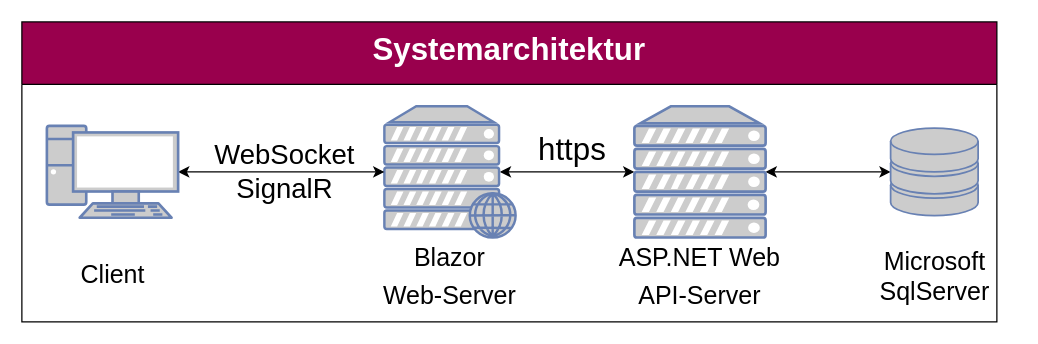
Before: page "3-Tier" (4 of 8) of Parlivote.Shared/Documentation/Untitled Diagram.drawio in schnickalodeon/Parlivote, a draw.io diagram. Source tidied: cells renumbered, new cells numbered last; positions are measured from the earlier drawing's top-left corner, leaving out a move shared by most shapes. Both pictures are drawn from the tidied source at 125%, with x=0, y=0 at pixel (21, 21).
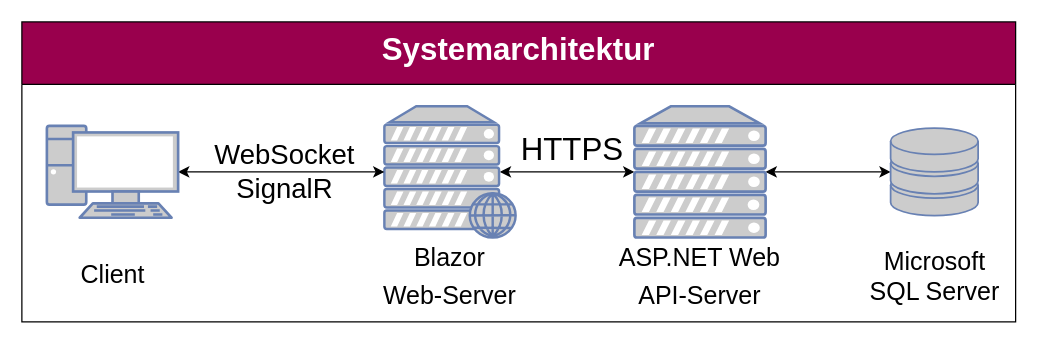
The same page after the edit.

Change to the diagram source:
```diff
@@
 <mxGraphModel>
   <root>
     <mxCell id="0" />
     <mxCell id="1" parent="0" />
     <mxCell id="2" value="Systemarchitektur&#10;" style="swimlane;fontSize=25;fontColor=#FFFFFF;strokeColor=#000000;strokeWidth=1;fillColor=#99004D;startSize=50;verticalAlign=top;" parent="1" vertex="1">
-      <mxGeometry width="780" height="240" as="geometry" />
+      <mxGeometry width="795" height="240" as="geometry" />
     </mxCell>
     <mxCell id="3" style="edgeStyle=orthogonalEdgeStyle;rounded=0;jettySize=auto;html=1;entryX=0;entryY=0.5;entryDx=0;entryDy=0;entryPerimeter=0;fontSize=25;fontColor=#990099;startArrow=classic;startFill=1;strokeColor=#000000;strokeWidth=1;exitX=0.88;exitY=0.5;exitDx=0;exitDy=0;exitPerimeter=0;" parent="2" edge="1" source="4" target="6">
       <mxGeometry relative="1" as="geometry" />
     </mxCell>
     <mxCell id="4" style="fontColor=#0066CC;verticalAlign=top;verticalLabelPosition=bottom;labelPosition=center;align=center;html=1;outlineConnect=0;fillColor=#CCCCCC;strokeColor=#6881B3;gradientColor=none;gradientDirection=north;strokeWidth=2;shape=mxgraph.networks.web_server;fontSize=25;" parent="2" vertex="1">
       <mxGeometry x="290" y="67.5" width="105" height="105" as="geometry" />
     </mxCell>
     <mxCell id="5" style="edgeStyle=orthogonalEdgeStyle;rounded=0;jettySize=auto;html=1;exitX=1;exitY=0.5;exitDx=0;exitDy=0;exitPerimeter=0;entryX=0;entryY=0.5;entryDx=0;entryDy=0;entryPerimeter=0;fontSize=25;fontColor=#990099;startArrow=classic;startFill=1;strokeColor=#000000;strokeWidth=1;" parent="2" edge="1" source="6" target="9">
       <mxGeometry relative="1" as="geometry" />
     </mxCell>
     <mxCell id="6" style="fontColor=#0066CC;verticalAlign=top;verticalLabelPosition=bottom;labelPosition=center;align=center;html=1;outlineConnect=0;fillColor=#CCCCCC;strokeColor=#6881B3;gradientColor=none;gradientDirection=north;strokeWidth=2;shape=mxgraph.networks.server;fontSize=25;" parent="2" vertex="1">
       <mxGeometry x="490" y="67.5" width="105" height="105" as="geometry" />
     </mxCell>
     <mxCell id="7" style="edgeStyle=orthogonalEdgeStyle;rounded=0;jettySize=auto;html=1;fontSize=25;fontColor=#990099;strokeColor=#000000;strokeWidth=1;startArrow=classic;startFill=1;" parent="2" edge="1" source="8" target="4">
       <mxGeometry relative="1" as="geometry" />
     </mxCell>
     <mxCell id="8" style="fontColor=#0066CC;verticalAlign=top;verticalLabelPosition=bottom;labelPosition=center;align=center;html=1;outlineConnect=0;fillColor=#CCCCCC;strokeColor=#6881B3;gradientColor=none;gradientDirection=north;strokeWidth=2;shape=mxgraph.networks.pc;fontSize=25;" parent="2" vertex="1">
       <mxGeometry x="20" y="83.2" width="105" height="73.5" as="geometry" />
     </mxCell>
     <mxCell id="9" style="fontColor=#0066CC;verticalAlign=top;verticalLabelPosition=bottom;labelPosition=center;align=center;html=1;outlineConnect=0;fillColor=#CCCCCC;strokeColor=#6881B3;gradientColor=none;gradientDirection=north;strokeWidth=2;shape=mxgraph.networks.storage;fontSize=25;" parent="2" vertex="1">
       <mxGeometry x="695" y="85" width="70" height="70" as="geometry" />
     </mxCell>
-    <mxCell id="10" value="&lt;font color=&quot;#000000&quot;&gt;https&lt;/font&gt;" style="text;html=1;align=center;verticalAlign=middle;strokeColor=none;fillColor=none;fontSize=25;fontColor=#990099;" parent="2" vertex="1">
-      <mxGeometry x="405" y="81" width="70" height="40" as="geometry" />
+    <mxCell id="10" value="&lt;font color=&quot;#000000&quot;&gt;HTTPS&lt;/font&gt;" style="text;html=1;align=center;verticalAlign=middle;strokeColor=none;fillColor=none;fontSize=25;fontColor=#990099;" parent="2" vertex="1">
+      <mxGeometry x="385" y="81" width="110" height="40" as="geometry" />
     </mxCell>
     <mxCell id="11" value="WebSocket&lt;br style=&quot;font-size: 22px;&quot;&gt;SignalR" style="text;html=1;align=center;verticalAlign=middle;strokeColor=none;fillColor=none;fontSize=22;fontColor=#000000;" parent="2" vertex="1">
       <mxGeometry x="145" y="90.2" width="130" height="60" as="geometry" />
     </mxCell>
     <mxCell id="12" value="&lt;font style=&quot;font-size: 20px;&quot;&gt;Client&lt;/font&gt;" style="text;html=1;strokeColor=none;fillColor=none;align=center;verticalAlign=middle;whiteSpace=wrap;rounded=0;labelBackgroundColor=none;fontSize=20;fontColor=none;" parent="2" vertex="1">
       <mxGeometry x="32.5" y="185.5" width="80" height="30" as="geometry" />
     </mxCell>
     <mxCell id="13" value="&lt;font style=&quot;font-size: 20px;&quot;&gt;Blazor&lt;br&gt;Web-Server&lt;/font&gt;" style="text;html=1;strokeColor=none;fillColor=none;align=center;verticalAlign=middle;whiteSpace=wrap;rounded=0;labelBackgroundColor=none;fontSize=25;fontColor=none;" parent="2" vertex="1">
       <mxGeometry x="246.2" y="173.5" width="192.5" height="54" as="geometry" />
     </mxCell>
     <mxCell id="14" value="&lt;font style=&quot;font-size: 20px;&quot;&gt;ASP.NET Web &lt;br&gt;API-Server&lt;/font&gt;" style="text;html=1;strokeColor=none;fillColor=none;align=center;verticalAlign=middle;whiteSpace=wrap;rounded=0;labelBackgroundColor=none;fontSize=25;fontColor=none;" parent="2" vertex="1">
       <mxGeometry x="452.8" y="170.5" width="179.4" height="60" as="geometry" />
     </mxCell>
-    <mxCell id="15" value="Microsoft&lt;br&gt;SqlServer" style="text;html=1;align=center;verticalAlign=middle;strokeColor=none;fillColor=none;fontSize=20;fontColor=none;" parent="2" vertex="1">
-      <mxGeometry x="680" y="177.5" width="100" height="50" as="geometry" />
+    <mxCell id="15" value="Microsoft&lt;br&gt;SQL Server" style="text;html=1;align=center;verticalAlign=middle;strokeColor=none;fillColor=none;fontSize=20;fontColor=none;" parent="2" vertex="1">
+      <mxGeometry x="665" y="172.5" width="130" height="60" as="geometry" />
     </mxCell>
   </root>
 </mxGraphModel>
```
